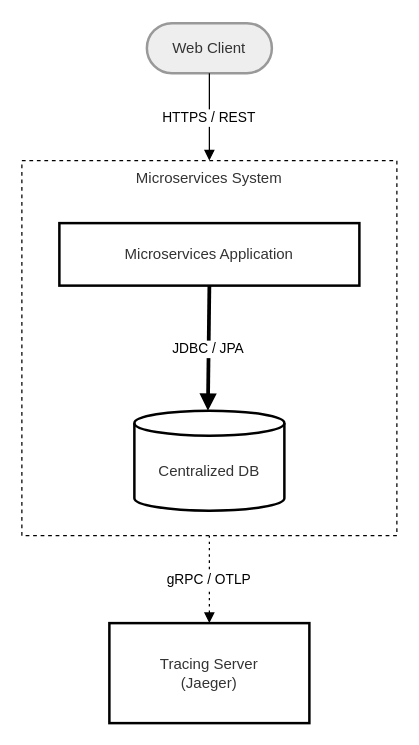
socialsoftware/microservices-simulator keeps this draw.io diagram as data/figs/architecture/topology_local.drawio. Above is the earlier version. Source tidied: cells renumbered, new cells numbered last; positions are measured from the earlier drawing's top-left corner, leaving out a move shared by most shapes. Both pictures are drawn from the tidied source at 125%, with x=0, y=0 at pixel (21, 22).
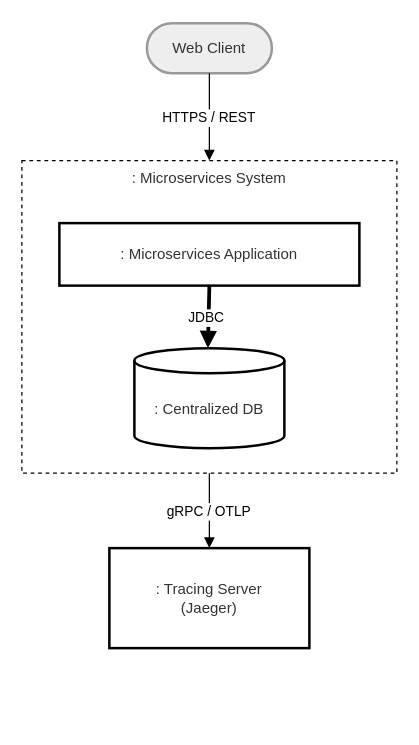
Above is the later version.

Commit message (it also covers changes not shown here):
Update layers and topology diagrams

The edit, as a diff of the source:
```diff
@@
 <mxGraphModel>
   <root>
     <mxCell id="0" />
     <mxCell id="1" parent="0" />
-    <mxCell id="2" value="Microservices System" style="whiteSpace=wrap;strokeWidth=1;verticalAlign=top;fillColor=none;strokeColor=#000000;fontColor=light-dark(#333333,#cccccc);dashed=1;dashPattern=3 3;" parent="1" vertex="1">
-      <mxGeometry y="110" width="300" height="300" as="geometry" />
+    <mxCell id="2" value=": Microservices System" style="whiteSpace=wrap;strokeWidth=1;verticalAlign=top;fillColor=none;strokeColor=#000000;fontColor=light-dark(#333333,#cccccc);dashed=1;dashPattern=3 3;" parent="1" vertex="1">
+      <mxGeometry y="110" width="300" height="250" as="geometry" />
     </mxCell>
     <mxCell id="3" value="Web Client" style="rounded=1;whiteSpace=wrap;arcSize=50;strokeWidth=2;fillColor=light-dark(#eeeeee,#1f2020);strokeColor=light-dark(#999999,#cccccc);fontColor=light-dark(#333333,#cccccc);" parent="1" vertex="1">
       <mxGeometry x="100" width="100" height="40" as="geometry" />
     </mxCell>
-    <mxCell id="4" value="Tracing Server&#10;(Jaeger)" style="whiteSpace=wrap;strokeWidth=2;fillColor=#ffffff;strokeColor=#000000;fontColor=light-dark(#333333,#cccccc);" parent="1" vertex="1">
-      <mxGeometry x="70" y="480" width="160" height="80" as="geometry" />
+    <mxCell id="4" value=": Tracing Server&#10;(Jaeger)" style="whiteSpace=wrap;strokeWidth=2;fillColor=#ffffff;strokeColor=#000000;fontColor=light-dark(#333333,#cccccc);" parent="1" vertex="1">
+      <mxGeometry x="70" y="420" width="160" height="80" as="geometry" />
     </mxCell>
     <mxCell id="5" value="HTTPS / REST" style="curved=1;startArrow=none;endArrow=block;exitX=0.5;exitY=1;entryX=0.5;entryY=0;rounded=0;" parent="1" edge="1" source="3" target="2">
       <mxGeometry relative="1" as="geometry" />
     </mxCell>
-    <mxCell id="6" value="gRPC / OTLP" style="curved=1;dashed=1;dashPattern=2 3;startArrow=none;endArrow=block;exitX=0.5;exitY=1;entryX=0.5;entryY=0;rounded=0;" parent="1" edge="1" source="2" target="4">
+    <mxCell id="6" value="gRPC / OTLP" style="curved=1;startArrow=none;endArrow=block;exitX=0.5;exitY=1;entryX=0.5;entryY=0;rounded=0;" parent="1" edge="1" source="2" target="4">
       <mxGeometry relative="1" as="geometry" />
     </mxCell>
-    <mxCell id="7" value="Microservices Application" style="whiteSpace=wrap;strokeWidth=2;fillColor=#ffffff;strokeColor=#000000;fontColor=light-dark(#333333,#cccccc);" parent="1" vertex="1">
+    <mxCell id="7" value=": Microservices Application" style="whiteSpace=wrap;strokeWidth=2;fillColor=#ffffff;strokeColor=#000000;fontColor=light-dark(#333333,#cccccc);" parent="1" vertex="1">
       <mxGeometry x="30" y="160" width="240" height="50" as="geometry" />
     </mxCell>
-    <mxCell id="8" value="Centralized DB" style="shape=cylinder3;boundedLbl=1;backgroundOutline=1;size=10;strokeWidth=2;whiteSpace=wrap;fillColor=#ffffff;strokeColor=#000000;fontColor=light-dark(#333333,#cccccc);" parent="1" vertex="1">
-      <mxGeometry x="90" y="310" width="120" height="80" as="geometry" />
+    <mxCell id="8" value=": Centralized DB" style="shape=cylinder3;boundedLbl=1;backgroundOutline=1;size=10;strokeWidth=2;whiteSpace=wrap;fillColor=#ffffff;strokeColor=#000000;fontColor=light-dark(#333333,#cccccc);" parent="1" vertex="1">
+      <mxGeometry x="90" y="260" width="120" height="80" as="geometry" />
     </mxCell>
-    <mxCell id="9" value="JDBC / JPA" style="curved=1;startArrow=none;endArrow=block;strokeWidth=3;exitX=0.5;exitY=0.99;entryX=0.49;entryY=-0.01;rounded=0;" parent="1" edge="1" source="7" target="8">
+    <mxCell id="9" value="JDBC " style="curved=1;startArrow=none;endArrow=block;strokeWidth=3;exitX=0.5;exitY=0.99;entryX=0.49;entryY=-0.01;rounded=0;" parent="1" edge="1" source="7" target="8">
       <mxGeometry relative="1" as="geometry" />
     </mxCell>
   </root>
 </mxGraphModel>
```
